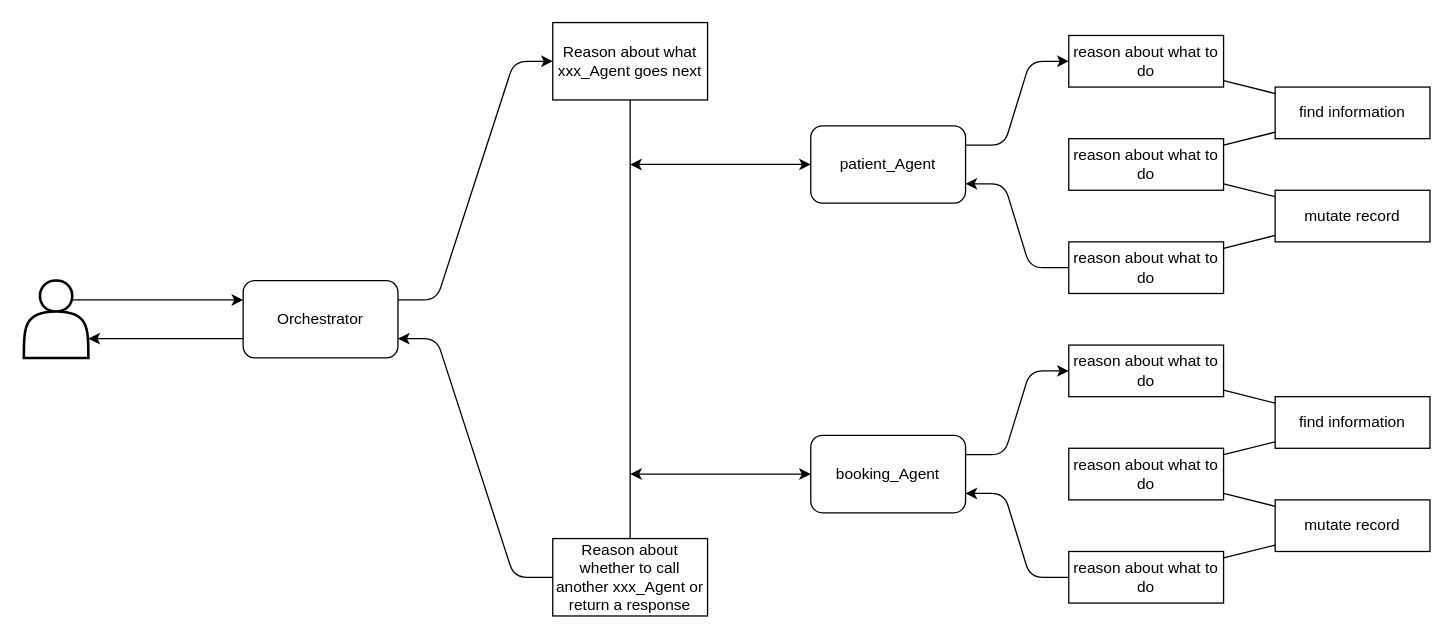
The draw.io diagram page "Agentic" (6 of 6) of _assets/arch_diagrams.drawio in zdetor54/agentic-online-clinic, before the edit. Source tidied: cells renumbered, new cells numbered last; positions are measured from the earlier drawing's top-left corner, leaving out a move shared by most shapes. Both pictures are drawn from the tidied source at 129%, with x=0, y=0 at pixel (23, 22).
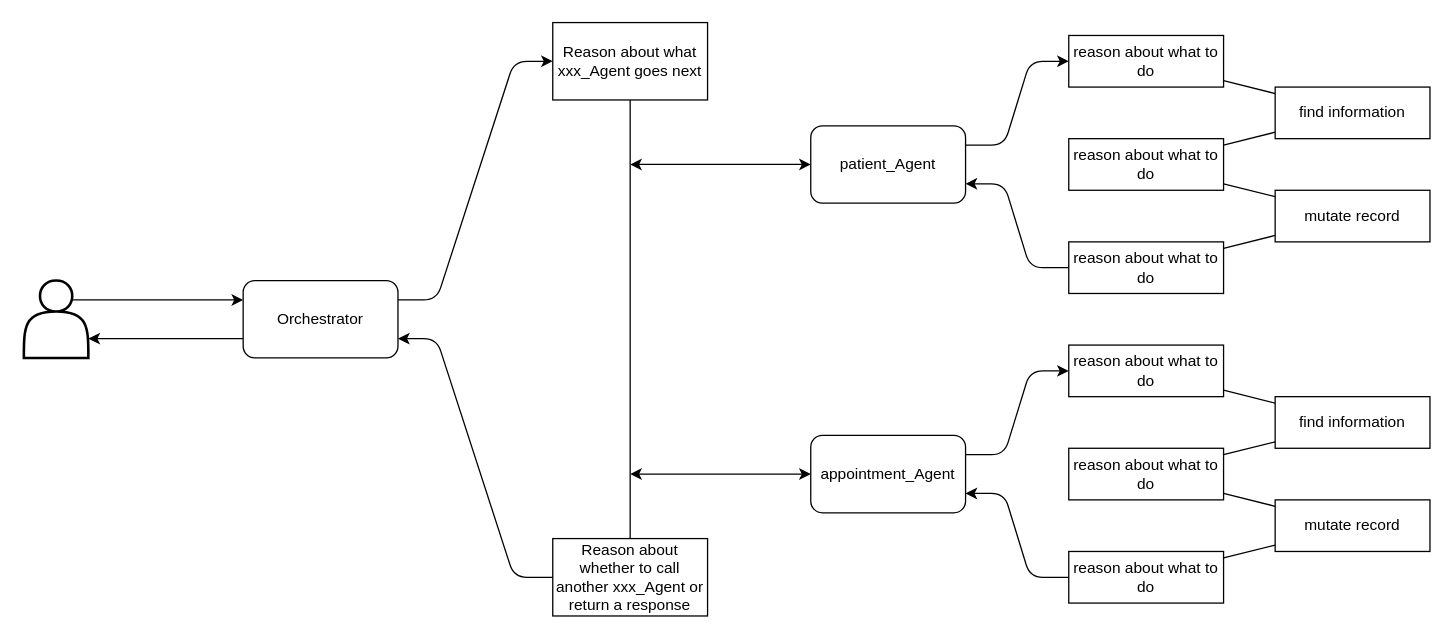
After the change.

What changed in the source:
```diff
@@
-    <mxCell id="26" value="booking_Agent" style="rounded=1;whiteSpace=wrap;html=1;" parent="1" vertex="1">
+    <mxCell id="26" value="appointment_Agent" style="rounded=1;whiteSpace=wrap;html=1;" parent="1" vertex="1">
       <mxGeometry x="610" y="320" width="120" height="60" as="geometry" />
     </mxCell>
```
